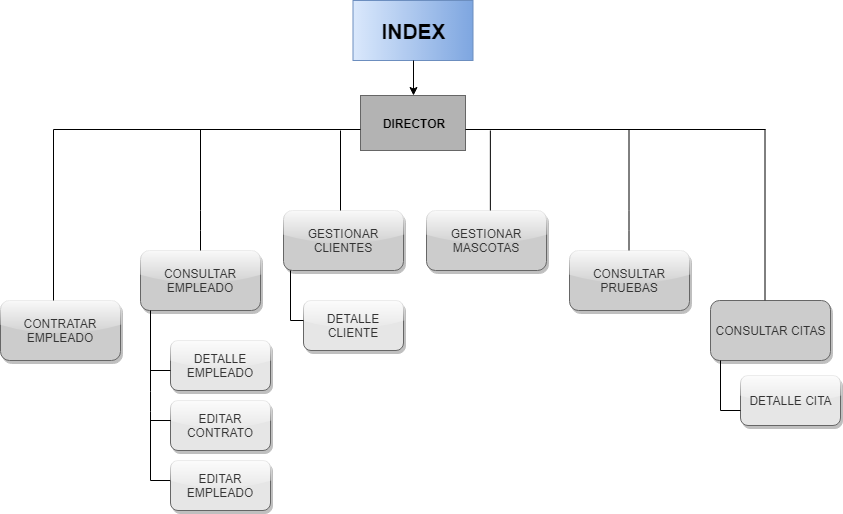
The draw.io diagram MEMORIA/UML Diagrama/UML_Rol_Director.png in poyatos/VITAL-PET, before a commit. Source tidied: cells renumbered, new cells last; positions are measured from the earlier drawing's top-left corner, leaving out a move shared by most shapes. The source it was exported from:
```xml
<mxGraphModel>
  <root>
    <mxCell id="0" />
    <mxCell id="1" parent="0" />
    <mxCell id="2" value="INDEX" style="rounded=0;fillColor=#dae8fc;strokeColor=#6c8ebf;gradientColor=#7ea6e0;fontStyle=1;horizontal=1;whiteSpace=wrap;html=1;fontSize=21;glass=0;shadow=0;gradientDirection=east;" parent="1" vertex="1">
      <mxGeometry x="352.5" width="120" height="60" as="geometry" />
    </mxCell>
    <mxCell id="3" value="&lt;span&gt;DIRECTOR&lt;/span&gt;" style="rounded=1;whiteSpace=wrap;html=1;arcSize=0;fillColor=#B3B3B3;strokeColor=#666666;gradientColor=#b3b3b3;shadow=0;comic=0;gradientDirection=north;fontStyle=1;" parent="1" vertex="1">
      <mxGeometry x="360" y="95" width="105" height="55" as="geometry" />
    </mxCell>
    <mxCell id="4" value="CONTRATAR EMPLEADO" style="rounded=1;whiteSpace=wrap;html=1;fillColor=#CCCCCC;strokeColor=#666666;fontColor=#333333;glass=1;shadow=1;" parent="1" vertex="1">
      <mxGeometry y="300" width="120" height="60" as="geometry" />
    </mxCell>
    <mxCell id="5" value="CONSULTAR EMPLEADO" style="rounded=1;whiteSpace=wrap;html=1;fillColor=#CCCCCC;strokeColor=#666666;fontColor=#333333;glass=1;shadow=1;" parent="1" vertex="1">
      <mxGeometry x="140" y="250" width="120" height="60" as="geometry" />
    </mxCell>
    <mxCell id="6" value="GESTIONAR CLIENTES" style="rounded=1;whiteSpace=wrap;html=1;fillColor=#CCCCCC;strokeColor=#666666;fontColor=#333333;glass=1;shadow=1;" parent="1" vertex="1">
      <mxGeometry x="283" y="210" width="120" height="60" as="geometry" />
    </mxCell>
    <mxCell id="7" value="GESTIONAR MASCOTAS" style="rounded=1;whiteSpace=wrap;html=1;fillColor=#CCCCCC;strokeColor=#666666;fontColor=#333333;glass=1;shadow=1;" parent="1" vertex="1">
      <mxGeometry x="426" y="210" width="120" height="60" as="geometry" />
    </mxCell>
    <mxCell id="8" value="CONSULTAR CITAS" style="rounded=1;whiteSpace=wrap;html=1;fillColor=#CCCCCC;strokeColor=#666666;fontColor=#333333;glass=0;shadow=1;" parent="1" vertex="1">
      <mxGeometry x="710" y="300" width="120" height="60" as="geometry" />
    </mxCell>
    <mxCell id="9" value="CONSULTAR PRUEBAS" style="rounded=1;whiteSpace=wrap;html=1;fillColor=#CCCCCC;strokeColor=#666666;fontColor=#333333;glass=1;shadow=1;" parent="1" vertex="1">
      <mxGeometry x="569" y="250" width="120" height="60" as="geometry" />
    </mxCell>
    <mxCell id="10" style="endArrow=classic;html=1;exitX=0.5;exitY=1;exitDx=0;exitDy=0;entryX=0.5;entryY=0;entryDx=0;entryDy=0;" parent="1" edge="1" source="2" target="3">
      <mxGeometry relative="1" as="geometry" />
    </mxCell>
    <mxCell id="11" style="line;strokeWidth=1;fillColor=none;align=left;verticalAlign=middle;spacingTop=-1;spacingLeft=3;spacingRight=3;labelPosition=right;fontSize=12;" parent="1" vertex="1">
      <mxGeometry x="465" y="125" width="300" height="8" as="geometry" />
    </mxCell>
    <mxCell id="12" style="line;strokeWidth=1;fillColor=none;align=left;verticalAlign=middle;spacingTop=-1;spacingLeft=3;spacingRight=3;labelPosition=right;points=[];portConstraint=eastwest;fontSize=12;" parent="1" vertex="1">
      <mxGeometry x="53" y="125" width="307" height="8" as="geometry" />
    </mxCell>
    <mxCell id="13" style="line;strokeWidth=2;direction=south;html=1;" parent="1" vertex="1">
      <mxGeometry x="50" y="129" height="160" as="geometry" />
    </mxCell>
    <mxCell id="14" style="endArrow=none;html=1;exitX=0.442;exitY=0;exitDx=0;exitDy=0;exitPerimeter=0;" parent="1" edge="1" source="4">
      <mxGeometry relative="1" as="geometry">
        <mxPoint x="53" y="129" as="targetPoint" />
      </mxGeometry>
    </mxCell>
    <mxCell id="15" style="endArrow=none;html=1;" parent="1" edge="1">
      <mxGeometry relative="1" as="geometry">
        <mxPoint x="200" y="250" as="sourcePoint" />
        <mxPoint x="200" y="129" as="targetPoint" />
        <Array as="points">
          <mxPoint x="200" y="220" />
        </Array>
      </mxGeometry>
    </mxCell>
    <mxCell id="16" style="endArrow=none;html=1;" parent="1" edge="1">
      <mxGeometry relative="1" as="geometry">
        <mxPoint x="628.5" y="250" as="sourcePoint" />
        <mxPoint x="628.5" y="129" as="targetPoint" />
        <Array as="points">
          <mxPoint x="628.5" y="220" />
        </Array>
      </mxGeometry>
    </mxCell>
    <mxCell id="17" style="endArrow=none;html=1;exitX=0.442;exitY=0;exitDx=0;exitDy=0;exitPerimeter=0;" parent="1" edge="1">
      <mxGeometry relative="1" as="geometry">
        <mxPoint x="764.5" y="299.8" as="sourcePoint" />
        <mxPoint x="764.5" y="128.5" as="targetPoint" />
      </mxGeometry>
    </mxCell>
    <mxCell id="18" style="endArrow=none;html=1;entryX=0.935;entryY=0.625;entryDx=0;entryDy=0;entryPerimeter=0;exitX=0.476;exitY=0;exitDx=0;exitDy=0;exitPerimeter=0;" parent="1" edge="1" source="6" target="12">
      <mxGeometry relative="1" as="geometry" />
    </mxCell>
    <mxCell id="19" style="endArrow=none;html=1;entryX=0.935;entryY=0.625;entryDx=0;entryDy=0;entryPerimeter=0;exitX=0.476;exitY=0;exitDx=0;exitDy=0;exitPerimeter=0;" parent="1" edge="1">
      <mxGeometry relative="1" as="geometry">
        <mxPoint x="489.9" y="210" as="sourcePoint" />
        <mxPoint x="489.9" y="130" as="targetPoint" />
      </mxGeometry>
    </mxCell>
    <mxCell id="20" value="DETALLE EMPLEADO" style="rounded=1;whiteSpace=wrap;html=1;fillColor=#E6E6E6;strokeColor=#666666;fontColor=#333333;glass=1;shadow=1;" parent="1" vertex="1">
      <mxGeometry x="170" y="340" width="100" height="50" as="geometry" />
    </mxCell>
    <mxCell id="21" value="EDITAR CONTRATO" style="rounded=1;whiteSpace=wrap;html=1;fillColor=#E6E6E6;strokeColor=#666666;fontColor=#333333;glass=1;shadow=1;" parent="1" vertex="1">
      <mxGeometry x="170" y="400" width="100" height="50" as="geometry" />
    </mxCell>
    <mxCell id="22" value="EDITAR EMPLEADO" style="rounded=1;whiteSpace=wrap;html=1;fillColor=#E6E6E6;strokeColor=#666666;fontColor=#333333;glass=1;shadow=1;" parent="1" vertex="1">
      <mxGeometry x="170" y="460" width="100" height="50" as="geometry" />
    </mxCell>
    <mxCell id="23" style="endArrow=none;html=1;" parent="1" edge="1">
      <mxGeometry relative="1" as="geometry">
        <mxPoint x="150" y="480" as="sourcePoint" />
        <mxPoint x="150" y="310" as="targetPoint" />
        <Array as="points">
          <mxPoint x="150" y="401" />
        </Array>
      </mxGeometry>
    </mxCell>
    <mxCell id="24" style="endArrow=none;html=1;exitX=-0.002;exitY=0.6;exitDx=0;exitDy=0;exitPerimeter=0;" parent="1" edge="1" source="20">
      <mxGeometry relative="1" as="geometry">
        <mxPoint x="150" y="370" as="targetPoint" />
      </mxGeometry>
    </mxCell>
    <mxCell id="25" style="endArrow=none;html=1;exitX=-0.002;exitY=0.6;exitDx=0;exitDy=0;exitPerimeter=0;" parent="1" edge="1">
      <mxGeometry relative="1" as="geometry">
        <mxPoint x="170.2" y="420" as="sourcePoint" />
        <mxPoint x="150.5" y="420" as="targetPoint" />
      </mxGeometry>
    </mxCell>
    <mxCell id="26" style="endArrow=none;html=1;exitX=-0.002;exitY=0.6;exitDx=0;exitDy=0;exitPerimeter=0;" parent="1" edge="1">
      <mxGeometry relative="1" as="geometry">
        <mxPoint x="169.7" y="480" as="sourcePoint" />
        <mxPoint x="150" y="480" as="targetPoint" />
      </mxGeometry>
    </mxCell>
    <mxCell id="27" value="DETALLE CLIENTE" style="rounded=1;whiteSpace=wrap;html=1;fillColor=#E6E6E6;strokeColor=#666666;fontColor=#333333;glass=1;shadow=1;" parent="1" vertex="1">
      <mxGeometry x="303" y="300" width="100" height="50" as="geometry" />
    </mxCell>
    <mxCell id="28" style="endArrow=none;html=1;entryX=0.935;entryY=0.625;entryDx=0;entryDy=0;entryPerimeter=0;" parent="1" edge="1">
      <mxGeometry relative="1" as="geometry">
        <mxPoint x="290" y="320" as="sourcePoint" />
        <mxPoint x="290" y="270" as="targetPoint" />
      </mxGeometry>
    </mxCell>
    <mxCell id="29" style="endArrow=none;html=1;exitX=-0.002;exitY=0.401;exitDx=0;exitDy=0;exitPerimeter=0;" parent="1" edge="1" source="27">
      <mxGeometry relative="1" as="geometry">
        <mxPoint x="290" y="320" as="targetPoint" />
      </mxGeometry>
    </mxCell>
    <mxCell id="30" value="DETALLE CITA" style="rounded=1;whiteSpace=wrap;html=1;fillColor=#E6E6E6;strokeColor=#666666;fontColor=#333333;glass=1;shadow=1;" parent="1" vertex="1">
      <mxGeometry x="740" y="375" width="100" height="50" as="geometry" />
    </mxCell>
    <mxCell id="31" style="endArrow=none;html=1;entryX=0.935;entryY=0.625;entryDx=0;entryDy=0;entryPerimeter=0;" parent="1" edge="1">
      <mxGeometry relative="1" as="geometry">
        <mxPoint x="720" y="410" as="sourcePoint" />
        <mxPoint x="720" y="360" as="targetPoint" />
      </mxGeometry>
    </mxCell>
    <mxCell id="32" style="endArrow=none;html=1;exitX=-0.001;exitY=0.694;exitDx=0;exitDy=0;exitPerimeter=0;" parent="1" edge="1" source="30">
      <mxGeometry relative="1" as="geometry">
        <mxPoint x="720" y="410" as="targetPoint" />
      </mxGeometry>
    </mxCell>
  </root>
</mxGraphModel>
```
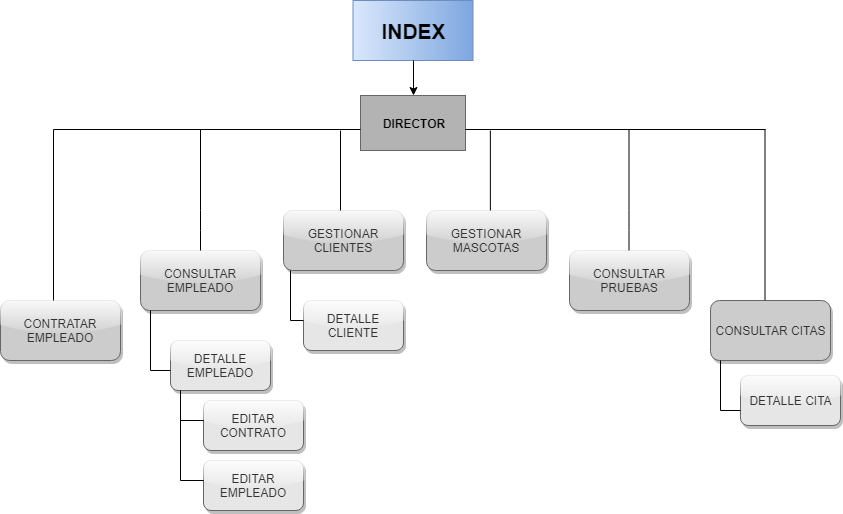
The same diagram one commit later.

Commit message:
Leve modificacion Wireframes

Diff of the diagram source:
```diff
@@ -80,20 +80,11 @@
       <mxGeometry x="170" y="340" width="100" height="50" as="geometry" />
     </mxCell>
     <mxCell id="21" value="EDITAR CONTRATO" style="rounded=1;whiteSpace=wrap;html=1;fillColor=#E6E6E6;strokeColor=#666666;fontColor=#333333;glass=1;shadow=1;" parent="1" vertex="1">
-      <mxGeometry x="170" y="400" width="100" height="50" as="geometry" />
+      <mxGeometry x="203" y="400" width="100" height="50" as="geometry" />
     </mxCell>
     <mxCell id="22" value="EDITAR EMPLEADO" style="rounded=1;whiteSpace=wrap;html=1;fillColor=#E6E6E6;strokeColor=#666666;fontColor=#333333;glass=1;shadow=1;" parent="1" vertex="1">
-      <mxGeometry x="170" y="460" width="100" height="50" as="geometry" />
+      <mxGeometry x="203" y="460" width="100" height="50" as="geometry" />
     </mxCell>
-    <mxCell id="23" style="endArrow=none;html=1;" parent="1" edge="1">
-      <mxGeometry relative="1" as="geometry">
-        <mxPoint x="150" y="480" as="sourcePoint" />
-        <mxPoint x="150" y="310" as="targetPoint" />
-        <Array as="points">
-          <mxPoint x="150" y="401" />
-        </Array>
-      </mxGeometry>
-    </mxCell>
     <mxCell id="24" style="endArrow=none;html=1;exitX=-0.002;exitY=0.6;exitDx=0;exitDy=0;exitPerimeter=0;" parent="1" edge="1" source="20">
       <mxGeometry relative="1" as="geometry">
         <mxPoint x="150" y="370" as="targetPoint" />
@@ -101,14 +92,14 @@
     </mxCell>
     <mxCell id="25" style="endArrow=none;html=1;exitX=-0.002;exitY=0.6;exitDx=0;exitDy=0;exitPerimeter=0;" parent="1" edge="1">
       <mxGeometry relative="1" as="geometry">
-        <mxPoint x="170.2" y="420" as="sourcePoint" />
-        <mxPoint x="150.5" y="420" as="targetPoint" />
+        <mxPoint x="203.2" y="420" as="sourcePoint" />
+        <mxPoint x="180" y="420" as="targetPoint" />
       </mxGeometry>
     </mxCell>
     <mxCell id="26" style="endArrow=none;html=1;exitX=-0.002;exitY=0.6;exitDx=0;exitDy=0;exitPerimeter=0;" parent="1" edge="1">
       <mxGeometry relative="1" as="geometry">
-        <mxPoint x="169.7" y="480" as="sourcePoint" />
-        <mxPoint x="150" y="480" as="targetPoint" />
+        <mxPoint x="203.2" y="480" as="sourcePoint" />
+        <mxPoint x="180" y="480" as="targetPoint" />
       </mxGeometry>
     </mxCell>
     <mxCell id="27" value="DETALLE CLIENTE" style="rounded=1;whiteSpace=wrap;html=1;fillColor=#E6E6E6;strokeColor=#666666;fontColor=#333333;glass=1;shadow=1;" parent="1" vertex="1">
@@ -139,5 +130,17 @@
         <mxPoint x="720" y="410" as="targetPoint" />
       </mxGeometry>
     </mxCell>
+    <mxCell id="33" style="endArrow=none;html=1;entryX=0.935;entryY=0.625;entryDx=0;entryDy=0;entryPerimeter=0;" parent="1" edge="1">
+      <mxGeometry relative="1" as="geometry">
+        <mxPoint x="150" y="370" as="sourcePoint" />
+        <mxPoint x="150" y="310" as="targetPoint" />
+      </mxGeometry>
+    </mxCell>
+    <mxCell id="34" style="endArrow=none;html=1;entryX=0.935;entryY=0.625;entryDx=0;entryDy=0;entryPerimeter=0;" parent="1" edge="1">
+      <mxGeometry relative="1" as="geometry">
+        <mxPoint x="180" y="480" as="sourcePoint" />
+        <mxPoint x="180" y="390" as="targetPoint" />
+      </mxGeometry>
+    </mxCell>
   </root>
 </mxGraphModel>
```
